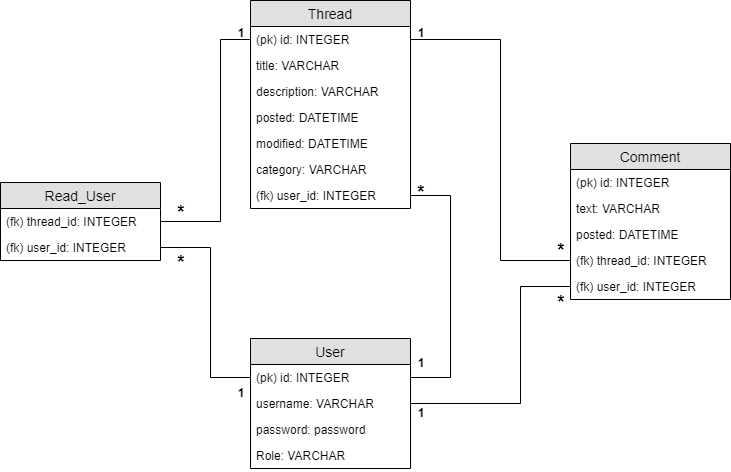
Before: documentation/pics/tsohaDB.png, a diagram exported from draw.io (lehtoneo/keskustelufoorumi). Source tidied: cells renumbered, new cells last; positions are measured from the earlier drawing's top-left corner, leaving out a move shared by most shapes. Its diagram source:
```xml
<mxGraphModel>
  <root>
    <mxCell id="0" />
    <mxCell id="1" parent="0" />
    <mxCell id="2" value="Thread" style="swimlane;fontStyle=0;horizontal=1;startSize=26;fillColor=#e0e0e0;swimlaneFillColor=#ffffff;align=center;fontSize=14;" parent="1" vertex="1">
      <mxGeometry x="250" width="160" height="208" as="geometry" />
    </mxCell>
    <mxCell id="3" value="(pk) id: INTEGER" style="text;strokeColor=none;fillColor=none;spacingLeft=4;spacingRight=4;overflow=hidden;points=[[0,0.5],[1,0.5]];portConstraint=eastwest;fontSize=12;" parent="2" vertex="1">
      <mxGeometry y="26" width="160" height="26" as="geometry" />
    </mxCell>
    <mxCell id="4" value="title: VARCHAR" style="text;strokeColor=none;fillColor=none;spacingLeft=4;spacingRight=4;overflow=hidden;fontSize=12;" parent="2" vertex="1">
      <mxGeometry y="52" width="160" height="26" as="geometry" />
    </mxCell>
    <mxCell id="5" value="description: VARCHAR" style="text;strokeColor=none;fillColor=none;spacingLeft=4;spacingRight=4;overflow=hidden;fontSize=12;align=left;" parent="2" vertex="1">
      <mxGeometry y="78" width="160" height="26" as="geometry" />
    </mxCell>
    <mxCell id="6" value="posted: DATETIME" style="text;strokeColor=none;fillColor=none;spacingLeft=4;spacingRight=4;overflow=hidden;fontSize=12;" parent="2" vertex="1">
      <mxGeometry y="104" width="160" height="26" as="geometry" />
    </mxCell>
    <mxCell id="7" value="modified: DATETIME" style="text;strokeColor=none;fillColor=none;spacingLeft=4;spacingRight=4;overflow=hidden;fontSize=12;" parent="2" vertex="1">
      <mxGeometry y="130" width="160" height="26" as="geometry" />
    </mxCell>
    <mxCell id="8" value="category: VARCHAR" style="text;strokeColor=none;fillColor=none;spacingLeft=4;spacingRight=4;overflow=hidden;fontSize=12;align=left;" parent="2" vertex="1">
      <mxGeometry y="156" width="160" height="26" as="geometry" />
    </mxCell>
    <mxCell id="9" value="(fk) user_id: INTEGER" style="text;strokeColor=none;fillColor=none;spacingLeft=4;spacingRight=4;overflow=hidden;points=[[0,0.5],[1,0.5]];portConstraint=eastwest;fontSize=12;align=left;" parent="2" vertex="1">
      <mxGeometry y="182" width="160" height="26" as="geometry" />
    </mxCell>
    <mxCell id="10" value="Comment" style="swimlane;fontStyle=0;horizontal=1;startSize=26;fillColor=#e0e0e0;swimlaneFillColor=#ffffff;align=center;fontSize=14;" parent="1" vertex="1">
      <mxGeometry x="570" y="143" width="160" height="156" as="geometry" />
    </mxCell>
    <mxCell id="11" value="(pk) id: INTEGER" style="text;strokeColor=none;fillColor=none;spacingLeft=4;spacingRight=4;overflow=hidden;fontSize=12;" parent="10" vertex="1">
      <mxGeometry y="26" width="160" height="26" as="geometry" />
    </mxCell>
    <mxCell id="12" value="text: VARCHAR" style="text;strokeColor=none;fillColor=none;spacingLeft=4;spacingRight=4;overflow=hidden;fontSize=12;" parent="10" vertex="1">
      <mxGeometry y="52" width="160" height="26" as="geometry" />
    </mxCell>
    <mxCell id="13" value="posted: DATETIME" style="text;strokeColor=none;fillColor=none;spacingLeft=4;spacingRight=4;overflow=hidden;fontSize=12;align=left;" parent="10" vertex="1">
      <mxGeometry y="78" width="160" height="26" as="geometry" />
    </mxCell>
    <mxCell id="14" value="(fk) thread_id: INTEGER" style="text;strokeColor=none;fillColor=none;spacingLeft=4;spacingRight=4;overflow=hidden;points=[[0,0.5],[1,0.5]];portConstraint=eastwest;fontSize=12;" parent="10" vertex="1">
      <mxGeometry y="104" width="160" height="26" as="geometry" />
    </mxCell>
    <mxCell id="15" value="(fk) user_id: INTEGER" style="text;strokeColor=none;fillColor=none;spacingLeft=4;spacingRight=4;overflow=hidden;points=[[0,0.5],[1,0.5]];portConstraint=eastwest;fontSize=12;align=left;" parent="10" vertex="1">
      <mxGeometry y="130" width="160" height="26" as="geometry" />
    </mxCell>
    <mxCell id="16" value="User" style="swimlane;fontStyle=0;horizontal=1;startSize=26;fillColor=#e0e0e0;swimlaneFillColor=#ffffff;align=center;fontSize=14;" parent="1" vertex="1">
      <mxGeometry x="250" y="338" width="160" height="130" as="geometry" />
    </mxCell>
    <mxCell id="17" value="(pk) id: INTEGER" style="text;strokeColor=none;fillColor=none;spacingLeft=4;spacingRight=4;overflow=hidden;points=[[0,0.5],[1,0.5]];portConstraint=eastwest;fontSize=12;" parent="16" vertex="1">
      <mxGeometry y="26" width="160" height="26" as="geometry" />
    </mxCell>
    <mxCell id="18" value="username: VARCHAR" style="text;strokeColor=none;fillColor=none;spacingLeft=4;spacingRight=4;overflow=hidden;points=[[0,0.5],[1,0.5]];portConstraint=eastwest;fontSize=12;" parent="16" vertex="1">
      <mxGeometry y="52" width="160" height="26" as="geometry" />
    </mxCell>
    <mxCell id="19" value="password: password" style="text;strokeColor=none;fillColor=none;spacingLeft=4;spacingRight=4;overflow=hidden;fontSize=12;align=left;" parent="16" vertex="1">
      <mxGeometry y="78" width="160" height="26" as="geometry" />
    </mxCell>
    <mxCell id="20" value="Role: VARCHAR" style="text;strokeColor=none;fillColor=none;spacingLeft=4;spacingRight=4;overflow=hidden;fontSize=12;align=left;" parent="16" vertex="1">
      <mxGeometry y="104" width="160" height="26" as="geometry" />
    </mxCell>
    <mxCell id="21" value="Read_User" style="swimlane;fontStyle=0;horizontal=1;startSize=26;fillColor=#e0e0e0;swimlaneFillColor=#ffffff;align=center;fontSize=14;" parent="1" vertex="1">
      <mxGeometry y="182" width="160" height="78" as="geometry" />
    </mxCell>
    <mxCell id="22" value="(fk) thread_id: INTEGER" style="text;strokeColor=none;fillColor=none;spacingLeft=4;spacingRight=4;overflow=hidden;points=[[0,0.5],[1,0.5]];portConstraint=eastwest;fontSize=12;" parent="21" vertex="1">
      <mxGeometry y="26" width="160" height="26" as="geometry" />
    </mxCell>
    <mxCell id="23" value="(fk) user_id: INTEGER" style="text;strokeColor=none;fillColor=none;spacingLeft=4;spacingRight=4;overflow=hidden;points=[[0,0.5],[1,0.5]];portConstraint=eastwest;fontSize=12;align=left;" parent="21" vertex="1">
      <mxGeometry y="52" width="160" height="26" as="geometry" />
    </mxCell>
    <mxCell id="24" style="endArrow=none;html=1;rounded=0;exitX=1;exitY=0.5;exitDx=0;exitDy=0;entryX=0;entryY=0.5;entryDx=0;entryDy=0;" parent="1" edge="1" source="22" target="3">
      <mxGeometry relative="1" as="geometry">
        <Array as="points">
          <mxPoint x="220" y="221" />
          <mxPoint x="220" y="39" />
        </Array>
      </mxGeometry>
    </mxCell>
    <mxCell id="25" style="endArrow=none;html=1;rounded=0;entryX=0;entryY=0.5;entryDx=0;entryDy=0;exitX=1;exitY=0.5;exitDx=0;exitDy=0;" parent="1" edge="1" source="23" target="17">
      <mxGeometry relative="1" as="geometry">
        <Array as="points">
          <mxPoint x="210" y="247" />
          <mxPoint x="210" y="377" />
        </Array>
      </mxGeometry>
    </mxCell>
    <mxCell id="26" style="endArrow=none;html=1;rounded=0;exitX=1;exitY=0.5;exitDx=0;exitDy=0;entryX=1;entryY=0.5;entryDx=0;entryDy=0;" parent="1" edge="1" source="9" target="17">
      <mxGeometry relative="1" as="geometry">
        <Array as="points">
          <mxPoint x="450" y="195" />
          <mxPoint x="450" y="377" />
        </Array>
      </mxGeometry>
    </mxCell>
    <mxCell id="27" style="endArrow=none;html=1;rounded=0;exitX=1;exitY=0.5;exitDx=0;exitDy=0;entryX=0;entryY=0.5;entryDx=0;entryDy=0;" parent="1" edge="1" source="3" target="14">
      <mxGeometry relative="1" as="geometry">
        <Array as="points">
          <mxPoint x="500" y="39" />
          <mxPoint x="500" y="260" />
        </Array>
      </mxGeometry>
    </mxCell>
    <mxCell id="28" style="endArrow=none;html=1;rounded=0;exitX=1;exitY=0.5;exitDx=0;exitDy=0;entryX=0;entryY=0.5;entryDx=0;entryDy=0;" parent="1" edge="1" source="18" target="15">
      <mxGeometry relative="1" as="geometry">
        <Array as="points">
          <mxPoint x="520" y="403" />
          <mxPoint x="520" y="286" />
        </Array>
      </mxGeometry>
    </mxCell>
    <mxCell id="29" value="&lt;b&gt;1&lt;/b&gt;" style="text;html=1;strokeColor=none;fillColor=none;align=center;verticalAlign=middle;whiteSpace=wrap;rounded=0;" parent="1" vertex="1">
      <mxGeometry x="220" y="22" width="40" height="20" as="geometry" />
    </mxCell>
    <mxCell id="30" value="&lt;font style=&quot;font-size: 19px&quot;&gt;&lt;b&gt;*&lt;/b&gt;&lt;/font&gt;" style="text;html=1;strokeColor=none;fillColor=none;align=center;verticalAlign=middle;whiteSpace=wrap;rounded=0;" parent="1" vertex="1">
      <mxGeometry x="540" y="292" width="40" height="20" as="geometry" />
    </mxCell>
    <mxCell id="31" value="&lt;b&gt;1&lt;/b&gt;" style="text;html=1;strokeColor=none;fillColor=none;align=center;verticalAlign=middle;whiteSpace=wrap;rounded=0;" parent="1" vertex="1">
      <mxGeometry x="400" y="352" width="40" height="20" as="geometry" />
    </mxCell>
    <mxCell id="32" value="&lt;b&gt;1&lt;/b&gt;" style="text;html=1;strokeColor=none;fillColor=none;align=center;verticalAlign=middle;whiteSpace=wrap;rounded=0;" parent="1" vertex="1">
      <mxGeometry x="400" y="402" width="40" height="20" as="geometry" />
    </mxCell>
    <mxCell id="33" value="&lt;b&gt;1&lt;/b&gt;" style="text;html=1;strokeColor=none;fillColor=none;align=center;verticalAlign=middle;whiteSpace=wrap;rounded=0;" parent="1" vertex="1">
      <mxGeometry x="220" y="382" width="40" height="20" as="geometry" />
    </mxCell>
    <mxCell id="34" value="*" style="text;html=1;strokeColor=none;fillColor=none;align=center;verticalAlign=middle;whiteSpace=wrap;rounded=0;fontSize=19;fontStyle=1;" parent="1" vertex="1">
      <mxGeometry x="160" y="252" width="40" height="20" as="geometry" />
    </mxCell>
    <mxCell id="35" value="&lt;span style=&quot;font-size: 19px;&quot;&gt;*&lt;/span&gt;" style="text;html=1;strokeColor=none;fillColor=none;align=center;verticalAlign=middle;whiteSpace=wrap;rounded=0;fontSize=19;fontStyle=1;" parent="1" vertex="1">
      <mxGeometry x="160" y="202" width="40" height="20" as="geometry" />
    </mxCell>
    <mxCell id="36" value="*" style="text;html=1;strokeColor=none;fillColor=none;align=center;verticalAlign=middle;whiteSpace=wrap;rounded=0;fontSize=19;fontStyle=1;" parent="1" vertex="1">
      <mxGeometry x="540" y="240" width="40" height="20" as="geometry" />
    </mxCell>
    <mxCell id="37" value="&lt;b&gt;1&lt;/b&gt;" style="text;html=1;strokeColor=none;fillColor=none;align=center;verticalAlign=middle;whiteSpace=wrap;rounded=0;" parent="1" vertex="1">
      <mxGeometry x="400" y="22" width="40" height="20" as="geometry" />
    </mxCell>
    <mxCell id="38" value="*" style="text;html=1;strokeColor=none;fillColor=none;align=center;verticalAlign=middle;whiteSpace=wrap;rounded=0;fontSize=19;fontStyle=1;" parent="1" vertex="1">
      <mxGeometry x="400" y="182" width="40" height="20" as="geometry" />
    </mxCell>
  </root>
</mxGraphModel>
```
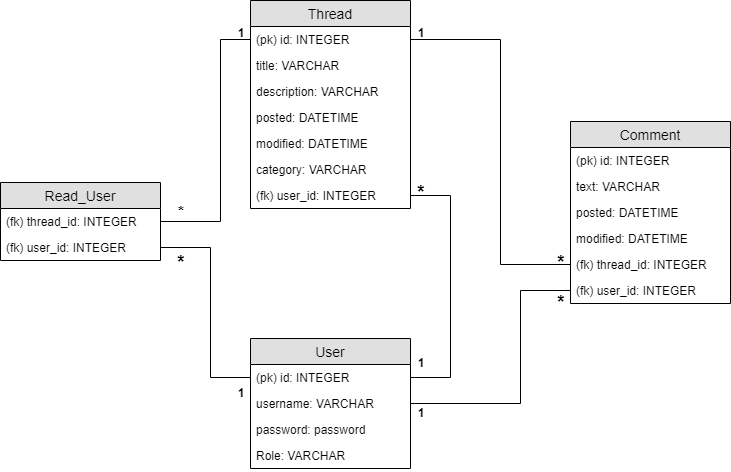
Above is the later version.

What changed in the source:
```diff
@@ -17,9 +17,9 @@
     <mxCell id="6" value="posted: DATETIME" style="text;strokeColor=none;fillColor=none;spacingLeft=4;spacingRight=4;overflow=hidden;fontSize=12;" parent="2" vertex="1">
       <mxGeometry y="104" width="160" height="26" as="geometry" />
     </mxCell>
-    <mxCell id="7" value="modified: DATETIME" style="text;strokeColor=none;fillColor=none;spacingLeft=4;spacingRight=4;overflow=hidden;fontSize=12;" parent="2" vertex="1">
-      <mxGeometry y="130" width="160" height="26" as="geometry" />
-    </mxCell>
+    <mxCell id="39" value="modified: DATETIME" style="text;strokeColor=none;fillColor=none;align=left;verticalAlign=top;spacingLeft=4;spacingRight=4;overflow=hidden;" parent="2" vertex="1">
+      <mxGeometry y="130" width="160" height="26" as="geometry" />
+    </mxCell>
     <mxCell id="8" value="category: VARCHAR" style="text;strokeColor=none;fillColor=none;spacingLeft=4;spacingRight=4;overflow=hidden;fontSize=12;align=left;" parent="2" vertex="1">
       <mxGeometry y="156" width="160" height="26" as="geometry" />
     </mxCell>
@@ -27,7 +27,7 @@
       <mxGeometry y="182" width="160" height="26" as="geometry" />
     </mxCell>
     <mxCell id="10" value="Comment" style="swimlane;fontStyle=0;horizontal=1;startSize=26;fillColor=#e0e0e0;swimlaneFillColor=#ffffff;align=center;fontSize=14;" parent="1" vertex="1">
-      <mxGeometry x="570" y="143" width="160" height="156" as="geometry" />
+      <mxGeometry x="570" y="121" width="160" height="182" as="geometry" />
     </mxCell>
     <mxCell id="11" value="(pk) id: INTEGER" style="text;strokeColor=none;fillColor=none;spacingLeft=4;spacingRight=4;overflow=hidden;fontSize=12;" parent="10" vertex="1">
       <mxGeometry y="26" width="160" height="26" as="geometry" />
@@ -38,11 +38,14 @@
     <mxCell id="13" value="posted: DATETIME" style="text;strokeColor=none;fillColor=none;spacingLeft=4;spacingRight=4;overflow=hidden;fontSize=12;align=left;" parent="10" vertex="1">
       <mxGeometry y="78" width="160" height="26" as="geometry" />
     </mxCell>
+    <mxCell id="40" value="modified: DATETIME" style="text;strokeColor=none;fillColor=none;align=left;verticalAlign=top;spacingLeft=4;spacingRight=4;overflow=hidden;" parent="10" vertex="1">
+      <mxGeometry y="104" width="160" height="26" as="geometry" />
+    </mxCell>
     <mxCell id="14" value="(fk) thread_id: INTEGER" style="text;strokeColor=none;fillColor=none;spacingLeft=4;spacingRight=4;overflow=hidden;points=[[0,0.5],[1,0.5]];portConstraint=eastwest;fontSize=12;" parent="10" vertex="1">
-      <mxGeometry y="104" width="160" height="26" as="geometry" />
+      <mxGeometry y="130" width="160" height="26" as="geometry" />
     </mxCell>
     <mxCell id="15" value="(fk) user_id: INTEGER" style="text;strokeColor=none;fillColor=none;spacingLeft=4;spacingRight=4;overflow=hidden;points=[[0,0.5],[1,0.5]];portConstraint=eastwest;fontSize=12;align=left;" parent="10" vertex="1">
-      <mxGeometry y="130" width="160" height="26" as="geometry" />
+      <mxGeometry y="156" width="160" height="26" as="geometry" />
     </mxCell>
     <mxCell id="16" value="User" style="swimlane;fontStyle=0;horizontal=1;startSize=26;fillColor=#e0e0e0;swimlaneFillColor=#ffffff;align=center;fontSize=14;" parent="1" vertex="1">
       <mxGeometry x="250" y="338" width="160" height="130" as="geometry" />
@@ -96,7 +99,7 @@
       <mxGeometry relative="1" as="geometry">
         <Array as="points">
           <mxPoint x="500" y="39" />
-          <mxPoint x="500" y="260" />
+          <mxPoint x="500" y="264" />
         </Array>
       </mxGeometry>
     </mxCell>
@@ -104,7 +107,7 @@
       <mxGeometry relative="1" as="geometry">
         <Array as="points">
           <mxPoint x="520" y="403" />
-          <mxPoint x="520" y="286" />
+          <mxPoint x="520" y="290" />
         </Array>
       </mxGeometry>
     </mxCell>
@@ -126,11 +129,11 @@
     <mxCell id="34" value="*" style="text;html=1;strokeColor=none;fillColor=none;align=center;verticalAlign=middle;whiteSpace=wrap;rounded=0;fontSize=19;fontStyle=1;" parent="1" vertex="1">
       <mxGeometry x="160" y="252" width="40" height="20" as="geometry" />
     </mxCell>
-    <mxCell id="35" value="&lt;span style=&quot;font-size: 19px;&quot;&gt;*&lt;/span&gt;" style="text;html=1;strokeColor=none;fillColor=none;align=center;verticalAlign=middle;whiteSpace=wrap;rounded=0;fontSize=19;fontStyle=1;" parent="1" vertex="1">
+    <mxCell id="35" value="&lt;span style=&quot;font-size: 16px;&quot;&gt;*&lt;/span&gt;" style="text;html=1;strokeColor=none;fillColor=none;align=center;verticalAlign=middle;whiteSpace=wrap;rounded=0;fontSize=16;fontStyle=1;" parent="1" vertex="1">
       <mxGeometry x="160" y="202" width="40" height="20" as="geometry" />
     </mxCell>
     <mxCell id="36" value="*" style="text;html=1;strokeColor=none;fillColor=none;align=center;verticalAlign=middle;whiteSpace=wrap;rounded=0;fontSize=19;fontStyle=1;" parent="1" vertex="1">
-      <mxGeometry x="540" y="240" width="40" height="20" as="geometry" />
+      <mxGeometry x="540" y="252" width="40" height="20" as="geometry" />
     </mxCell>
     <mxCell id="37" value="&lt;b&gt;1&lt;/b&gt;" style="text;html=1;strokeColor=none;fillColor=none;align=center;verticalAlign=middle;whiteSpace=wrap;rounded=0;" parent="1" vertex="1">
       <mxGeometry x="400" y="22" width="40" height="20" as="geometry" />
```
